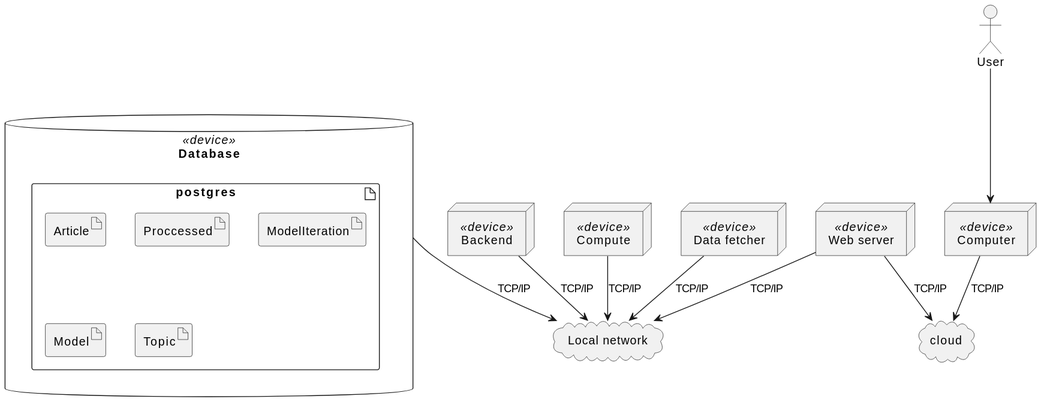
This is docs/project_design/fig/deployment_diagram.svg from ResearchComputingServices/maple, a PlantUML export, as it was before one commit. Source of this version:
```plantuml
@startuml
node Backend as backend <<device>>{

}

node Compute as compute <<device>>{

}
node "Data fetcher" as crawler <<device>>

cloud "Local network"  as local_network{

}

cloud cloud as _cloud

database Database as db <<device>>{
    artifact postgres {
        artifact Article
        artifact Proccessed
        artifact ModelIteration
        artifact Model
        artifact Topic
    }
}



backend --> local_network: TCP/IP
compute --> local_network: TCP/IP
crawler --> local_network: TCP/IP

node "Computer" as app <<device>> {

}

node "Web server" as appweb <<device>>


actor User as user

user --> app
app --> _cloud: TCP/IP
appweb --> local_network: TCP/IP
appweb --> _cloud: TCP/IP
db --> local_network: TCP/IP

@enduml
```
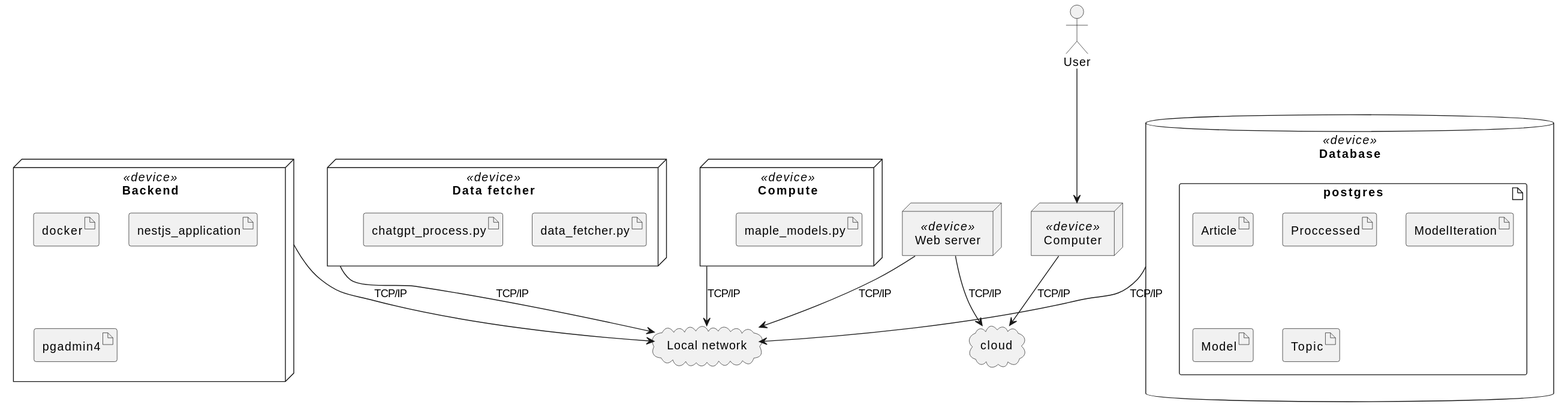
The same diagram one commit later.

Commit message:
Update generated diagrams

Diff of the diagram source:
```diff
@@ -1,12 +1,17 @@
 @startuml
 node Backend as backend <<device>>{
-
+    artifact docker
+    artifact nestjs_application
+    artifact pgadmin4
 }
 
 node Compute as compute <<device>>{
-
+    artifact maple_models.py
 }
-node "Data fetcher" as crawler <<device>>
+node "Data fetcher" as crawler <<device>> {
+    artifact data_fetcher.py
+    artifact chatgpt_process.py
+}
 
 cloud "Local network"  as local_network{
 
```
